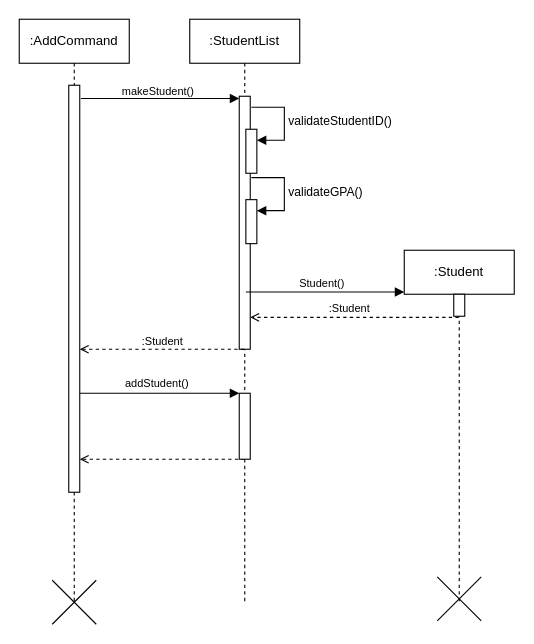
Before: docs/Untitled Diagram.drawio in paulktham/tp, a draw.io diagram. Source tidied: cells renumbered, new cells numbered last; positions are measured from the earlier drawing's top-left corner, leaving out a move shared by most shapes. Both pictures are drawn from the tidied source at 110%, with x=0, y=0 at pixel (19, 19).
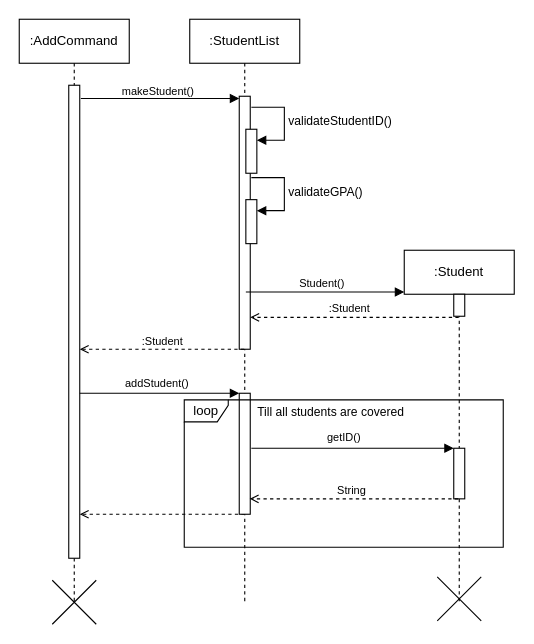
After the change.

The change refers to these unchanged cells:
```xml
<mxCell id="2" value=":AddCommand" style="shape=umlLifeline;perimeter=lifelinePerimeter;whiteSpace=wrap;html=1;newEdgeStyle={&quot;edgeStyle&quot;:&quot;elbowEdgeStyle&quot;,&quot;elbow&quot;:&quot;vertical&quot;,&quot;curved&quot;:0,&quot;rounded&quot;:0};" parent="1" vertex="1">
  <mxGeometry width="100" height="530" as="geometry" />
</mxCell>
```

The edit, as a diff of the source:
```diff
@@
     <mxCell id="3" style="html=1;points=[[0,0,0,0,5],[0,1,0,0,-5],[1,0,0,0,5],[1,1,0,0,-5]];perimeter=orthogonalPerimeter;outlineConnect=0;targetShapes=umlLifeline;portConstraint=eastwest;newEdgeStyle={&quot;curved&quot;:0,&quot;rounded&quot;:0};" parent="2" vertex="1">
-      <mxGeometry x="45" y="60" width="10" height="370" as="geometry" />
+      <mxGeometry x="45" y="60" width="10" height="430" as="geometry" />
     </mxCell>
@@
     <mxCell id="20" style="html=1;verticalAlign=bottom;labelBackgroundColor=none;endArrow=open;endFill=0;dashed=1;rounded=0;" parent="1" edge="1">
       <mxGeometry relative="1" as="geometry">
-        <mxPoint x="205" y="400" as="sourcePoint" />
-        <mxPoint x="55" y="400" as="targetPoint" />
+        <mxPoint x="205" y="450" as="sourcePoint" />
+        <mxPoint x="55" y="450" as="targetPoint" />
         <Array as="points">
-          <mxPoint x="70" y="400" />
+          <mxPoint x="70" y="450" />
         </Array>
       </mxGeometry>
     </mxCell>
@@
     <mxCell id="25" style="html=1;points=[[0,0,0,0,5],[0,1,0,0,-5],[1,0,0,0,5],[1,1,0,0,-5]];perimeter=orthogonalPerimeter;outlineConnect=0;targetShapes=umlLifeline;portConstraint=eastwest;newEdgeStyle={&quot;curved&quot;:0,&quot;rounded&quot;:0};" parent="1" vertex="1">
-      <mxGeometry x="200" y="340" width="10" height="60" as="geometry" />
+      <mxGeometry x="200" y="340" width="10" height="110" as="geometry" />
     </mxCell>
+    <mxCell id="26" value="loop" style="shape=umlFrame;whiteSpace=wrap;html=1;width=40;height=20;" parent="1" vertex="1">
+      <mxGeometry x="150" y="346" width="290" height="134" as="geometry" />
+    </mxCell>
+    <mxCell id="27" value="&lt;font style=&quot;font-size: 11px;&quot;&gt;Till all students are covered&lt;/font&gt;" style="text;html=1;align=center;verticalAlign=middle;strokeColor=none;fillColor=none;" parent="26" vertex="1">
+      <mxGeometry x="53" y="-4" width="160" height="30" as="geometry" />
+    </mxCell>
+    <mxCell id="28" style="html=1;points=[[0,0,0,0,5],[0,1,0,0,-5],[1,0,0,0,5],[1,1,0,0,-5]];perimeter=orthogonalPerimeter;outlineConnect=0;targetShapes=umlLifeline;portConstraint=eastwest;newEdgeStyle={&quot;curved&quot;:0,&quot;rounded&quot;:0};" parent="26" vertex="1">
+      <mxGeometry x="245" y="44" width="10" height="46" as="geometry" />
+    </mxCell>
+    <mxCell id="29" style="html=1;verticalAlign=bottom;labelBackgroundColor=none;endArrow=block;endFill=1;rounded=0;" parent="26" edge="1" target="28">
+      <mxGeometry relative="1" as="geometry">
+        <mxPoint x="61" y="44" as="sourcePoint" />
+        <Array as="points">
+          <mxPoint x="115" y="44" />
+        </Array>
+      </mxGeometry>
+    </mxCell>
+    <mxCell id="30" value="&lt;font style=&quot;font-size: 10px;&quot;&gt;getID()&lt;/font&gt;" style="text;html=1;align=center;verticalAlign=middle;strokeColor=none;fillColor=none;" parent="26" vertex="1">
+      <mxGeometry x="120" y="19" width="50" height="30" as="geometry" />
+    </mxCell>
+    <mxCell id="31" style="html=1;verticalAlign=bottom;labelBackgroundColor=none;endArrow=open;endFill=0;dashed=1;rounded=0;" parent="26" edge="1">
+      <mxGeometry relative="1" as="geometry">
+        <mxPoint x="249" y="90" as="sourcePoint" />
+        <mxPoint x="59.5" y="90" as="targetPoint" />
+        <Array as="points">
+          <mxPoint x="109.5" y="90" />
+        </Array>
+      </mxGeometry>
+    </mxCell>
+    <mxCell id="32" value="&lt;font style=&quot;font-size: 10px;&quot;&gt;String&lt;/font&gt;" style="text;html=1;align=center;verticalAlign=middle;strokeColor=none;fillColor=none;" parent="26" vertex="1">
+      <mxGeometry x="127" y="67" width="50" height="30" as="geometry" />
+    </mxCell>
```
